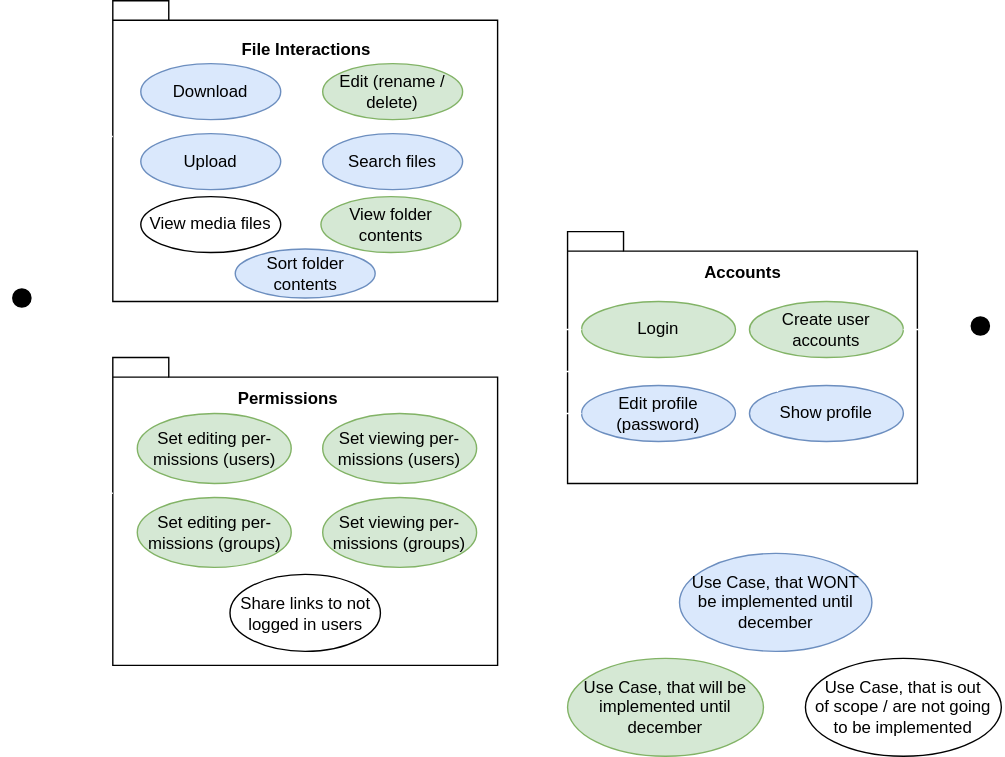
Earlier version of the draw.io export wiki/usecases.svg (FileFighter/filefighter.github.io). Source tidied: cells renumbered, new cells last; positions are measured from the earlier drawing's top-left corner, leaving out a move shared by most shapes. Its diagram source:
```xml
<mxGraphModel>
  <root>
    <mxCell id="0" />
    <mxCell id="1" parent="0" />
    <mxCell id="2" value="&lt;font color=&quot;#ffffff&quot;&gt;User&lt;/font&gt;" style="shape=umlActor;verticalLabelPosition=bottom;verticalAlign=top;html=1;strokeColor=#FFFFFF;fillColor=#000000;" parent="1" vertex="1">
      <mxGeometry y="205" width="30" height="60" as="geometry" />
    </mxCell>
    <mxCell id="3" style="shape=folder;fontStyle=1;spacingTop=10;tabWidth=40;tabHeight=14;tabPosition=left;html=1;" parent="1" vertex="1">
      <mxGeometry x="80" width="275" height="215" as="geometry" />
    </mxCell>
    <mxCell id="4" value="&lt;b&gt;File Interactions&lt;/b&gt;" style="text;html=1;align=center;verticalAlign=middle;" parent="1" vertex="1">
      <mxGeometry x="162.5" y="25" width="110" height="20" as="geometry" />
    </mxCell>
    <mxCell id="5" style="shape=folder;fontStyle=1;spacingTop=10;tabWidth=40;tabHeight=14;tabPosition=left;html=1;" parent="1" vertex="1">
      <mxGeometry x="80" y="255" width="275" height="220" as="geometry" />
    </mxCell>
    <mxCell id="6" value="Permissions" style="text;html=1;align=center;verticalAlign=middle;fontStyle=1;" parent="1" vertex="1">
      <mxGeometry x="160" y="275" width="90" height="20" as="geometry" />
    </mxCell>
    <mxCell id="7" style="shape=folder;fontStyle=1;spacingTop=10;tabWidth=40;tabHeight=14;tabPosition=left;html=1;" parent="1" vertex="1">
      <mxGeometry x="405" y="165" width="250" height="180" as="geometry" />
    </mxCell>
    <mxCell id="8" value="Accounts" style="text;html=1;align=center;verticalAlign=middle;fontStyle=1;" parent="1" vertex="1">
      <mxGeometry x="495" y="185" width="70" height="20" as="geometry" />
    </mxCell>
    <mxCell id="9" value="Download" style="ellipse;whiteSpace=wrap;html=1;fillColor=#dae8fc;strokeColor=#6c8ebf;" parent="1" vertex="1">
      <mxGeometry x="100" y="45" width="100" height="40" as="geometry" />
    </mxCell>
    <mxCell id="10" value="View folder contents" style="ellipse;whiteSpace=wrap;html=1;fillColor=#d5e8d4;strokeColor=#82b366;" parent="1" vertex="1">
      <mxGeometry x="228.8" y="140" width="100" height="40" as="geometry" />
    </mxCell>
    <mxCell id="11" value="Edit (rename / delete)" style="ellipse;whiteSpace=wrap;html=1;fillColor=#d5e8d4;strokeColor=#82b366;" parent="1" vertex="1">
      <mxGeometry x="230" y="45" width="100" height="40" as="geometry" />
    </mxCell>
    <mxCell id="12" value="Set editing per-missions (users)" style="ellipse;whiteSpace=wrap;html=1;fillColor=#d5e8d4;strokeColor=#82b366;" parent="1" vertex="1">
      <mxGeometry x="97.5" y="295" width="110" height="50" as="geometry" />
    </mxCell>
    <mxCell id="13" value="&lt;font color=&quot;#ffffff&quot;&gt;Admin&lt;/font&gt;" style="shape=umlActor;verticalLabelPosition=bottom;verticalAlign=top;html=1;fillColor=#000000;strokeColor=#FFFFFF;" parent="1" vertex="1">
      <mxGeometry x="685" y="225" width="30" height="60" as="geometry" />
    </mxCell>
    <mxCell id="14" value="View media files" style="ellipse;whiteSpace=wrap;html=1;" parent="1" vertex="1">
      <mxGeometry x="100" y="140" width="100" height="40" as="geometry" />
    </mxCell>
    <mxCell id="15" value="Set viewing per-missions (users)" style="ellipse;whiteSpace=wrap;html=1;fillColor=#d5e8d4;strokeColor=#82b366;" parent="1" vertex="1">
      <mxGeometry x="230" y="295" width="110" height="50" as="geometry" />
    </mxCell>
    <mxCell id="16" value="Set editing per-missions (groups)" style="ellipse;whiteSpace=wrap;html=1;fillColor=#d5e8d4;strokeColor=#82b366;" parent="1" vertex="1">
      <mxGeometry x="97.5" y="355" width="110" height="50" as="geometry" />
    </mxCell>
    <mxCell id="17" value="Set viewing per-missions (groups)" style="ellipse;whiteSpace=wrap;html=1;fillColor=#d5e8d4;strokeColor=#82b366;" parent="1" vertex="1">
      <mxGeometry x="230" y="355" width="110" height="50" as="geometry" />
    </mxCell>
    <mxCell id="18" value="Login" style="ellipse;whiteSpace=wrap;html=1;fillColor=#d5e8d4;strokeColor=#82b366;" parent="1" vertex="1">
      <mxGeometry x="415" y="215" width="110" height="40" as="geometry" />
    </mxCell>
    <mxCell id="19" value="Edit profile (password)" style="ellipse;whiteSpace=wrap;html=1;fillColor=#dae8fc;strokeColor=#6c8ebf;" parent="1" vertex="1">
      <mxGeometry x="415" y="275" width="110" height="40" as="geometry" />
    </mxCell>
    <mxCell id="20" value="Show profile" style="ellipse;whiteSpace=wrap;html=1;fillColor=#dae8fc;strokeColor=#6c8ebf;" parent="1" vertex="1">
      <mxGeometry x="535" y="275" width="110" height="40" as="geometry" />
    </mxCell>
    <mxCell id="21" value="Create user accounts" style="ellipse;whiteSpace=wrap;html=1;fillColor=#d5e8d4;strokeColor=#82b366;" parent="1" vertex="1">
      <mxGeometry x="535" y="215" width="110" height="40" as="geometry" />
    </mxCell>
    <mxCell id="22" style="endArrow=none;html=1;edgeStyle=orthogonalEdgeStyle;entryX=0;entryY=0;entryDx=0;entryDy=97;entryPerimeter=0;strokeColor=#FFFFFF;" parent="1" edge="1" source="2" target="3">
      <mxGeometry relative="1" as="geometry" />
    </mxCell>
    <mxCell id="23" style="endArrow=none;html=1;edgeStyle=orthogonalEdgeStyle;entryX=0;entryY=0;entryDx=0;entryDy=97;entryPerimeter=0;strokeColor=#FFFFFF;" parent="1" edge="1" target="5">
      <mxGeometry relative="1" as="geometry">
        <mxPoint x="30" y="235" as="sourcePoint" />
      </mxGeometry>
    </mxCell>
    <mxCell id="24" style="endArrow=none;html=1;edgeStyle=orthogonalEdgeStyle;strokeColor=#FFFFFF;" parent="1" edge="1" source="2" target="18">
      <mxGeometry relative="1" as="geometry" />
    </mxCell>
    <mxCell id="25" style="endArrow=none;html=1;edgeStyle=orthogonalEdgeStyle;strokeColor=#FFFFFF;" parent="1" edge="1" source="2" target="19">
      <mxGeometry relative="1" as="geometry">
        <Array as="points">
          <mxPoint x="375" y="235" />
          <mxPoint x="375" y="295" />
        </Array>
      </mxGeometry>
    </mxCell>
    <mxCell id="26" value="Use Case, that will be implemented until december" style="ellipse;whiteSpace=wrap;html=1;fillColor=#d5e8d4;strokeColor=#82b366;" parent="1" vertex="1">
      <mxGeometry x="405" y="470" width="140" height="70" as="geometry" />
    </mxCell>
    <mxCell id="27" value="&lt;b&gt;&lt;font color=&quot;#ffffff&quot;&gt;LEGEND:&lt;/font&gt;&lt;/b&gt;" style="text;html=1;align=center;verticalAlign=middle;" parent="1" vertex="1">
      <mxGeometry x="515" y="365" width="70" height="20" as="geometry" />
    </mxCell>
    <mxCell id="28" value="Use Case, that WONT&lt;br&gt;be implemented until december" style="ellipse;whiteSpace=wrap;html=1;fillColor=#dae8fc;strokeColor=#6c8ebf;" parent="1" vertex="1">
      <mxGeometry x="485" y="395" width="137.5" height="70" as="geometry" />
    </mxCell>
    <mxCell id="29" value="Use Case, that is out &lt;br&gt;of scope / are not going to be implemented" style="ellipse;whiteSpace=wrap;html=1;" parent="1" vertex="1">
      <mxGeometry x="575" y="470" width="140" height="70" as="geometry" />
    </mxCell>
    <mxCell id="30" style="endArrow=none;html=1;edgeStyle=orthogonalEdgeStyle;strokeColor=#FFFFFF;" parent="1" edge="1" target="21">
      <mxGeometry relative="1" as="geometry">
        <mxPoint x="685" y="255" as="sourcePoint" />
      </mxGeometry>
    </mxCell>
    <mxCell id="31" style="endArrow=none;html=1;edgeStyle=orthogonalEdgeStyle;strokeColor=#FFFFFF;" parent="1" edge="1" target="20">
      <mxGeometry relative="1" as="geometry">
        <mxPoint x="375" y="265" as="sourcePoint" />
        <Array as="points">
          <mxPoint x="555" y="265" />
        </Array>
      </mxGeometry>
    </mxCell>
    <mxCell id="32" value="Share links to not logged in users" style="ellipse;whiteSpace=wrap;html=1;" parent="1" vertex="1">
      <mxGeometry x="163.8" y="410" width="107.5" height="55" as="geometry" />
    </mxCell>
    <mxCell id="33" value="Upload" style="ellipse;whiteSpace=wrap;html=1;fillColor=#dae8fc;strokeColor=#6c8ebf;" parent="1" vertex="1">
      <mxGeometry x="100" y="95" width="100" height="40" as="geometry" />
    </mxCell>
    <mxCell id="34" value="Search files" style="ellipse;whiteSpace=wrap;html=1;fillColor=#dae8fc;strokeColor=#6c8ebf;" parent="1" vertex="1">
      <mxGeometry x="230" y="95" width="100" height="40" as="geometry" />
    </mxCell>
    <mxCell id="35" value="Sort folder contents" style="ellipse;whiteSpace=wrap;html=1;fillColor=#dae8fc;strokeColor=#6c8ebf;" parent="1" vertex="1">
      <mxGeometry x="167.5" y="177.5" width="100" height="35" as="geometry" />
    </mxCell>
  </root>
</mxGraphModel>
```
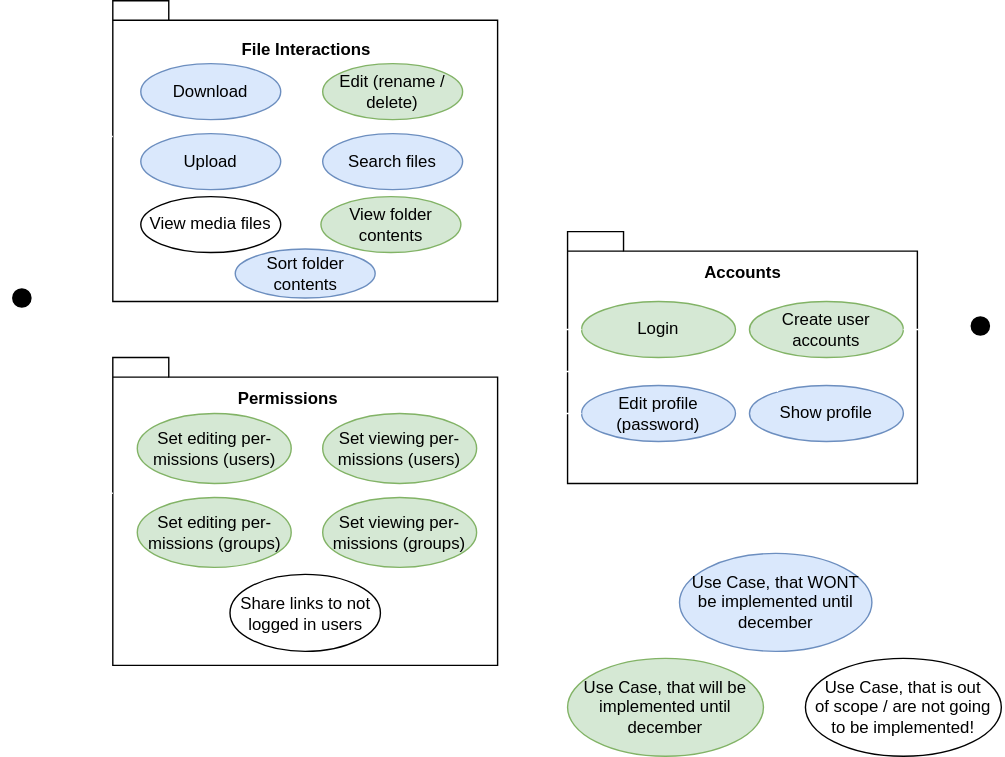
Above is the later version.

What changed in the source:
```diff
@@ -90,7 +90,7 @@
     <mxCell id="28" value="Use Case, that WONT&lt;br&gt;be implemented until december" style="ellipse;whiteSpace=wrap;html=1;fillColor=#dae8fc;strokeColor=#6c8ebf;" parent="1" vertex="1">
       <mxGeometry x="485" y="395" width="137.5" height="70" as="geometry" />
     </mxCell>
-    <mxCell id="29" value="Use Case, that is out &lt;br&gt;of scope / are not going to be implemented" style="ellipse;whiteSpace=wrap;html=1;" parent="1" vertex="1">
+    <mxCell id="29" value="Use Case, that is out &lt;br&gt;of scope / are not going to be implemented!" style="ellipse;whiteSpace=wrap;html=1;" parent="1" vertex="1">
       <mxGeometry x="575" y="470" width="140" height="70" as="geometry" />
     </mxCell>
     <mxCell id="30" style="endArrow=none;html=1;edgeStyle=orthogonalEdgeStyle;strokeColor=#FFFFFF;" parent="1" edge="1" target="21">
```
